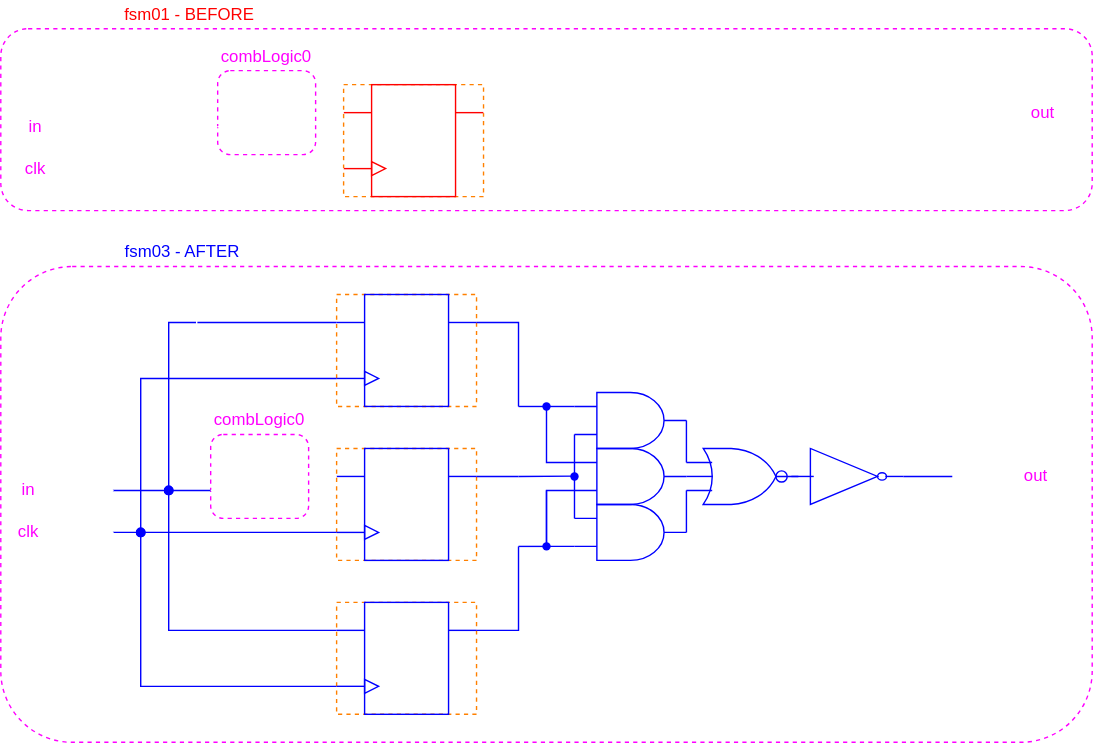
This is figures/dark-mode/user_guide_examples/fsm/fsm03_triplicating_only_the_register.drawio.svg from AlbertHansen/TripleModularRedundancyTool_developer_guide, a draw.io export, as it was before one commit. Source tidied: cells renumbered, new cells last; positions are measured from the earlier drawing's top-left corner, leaving out a move shared by most shapes.
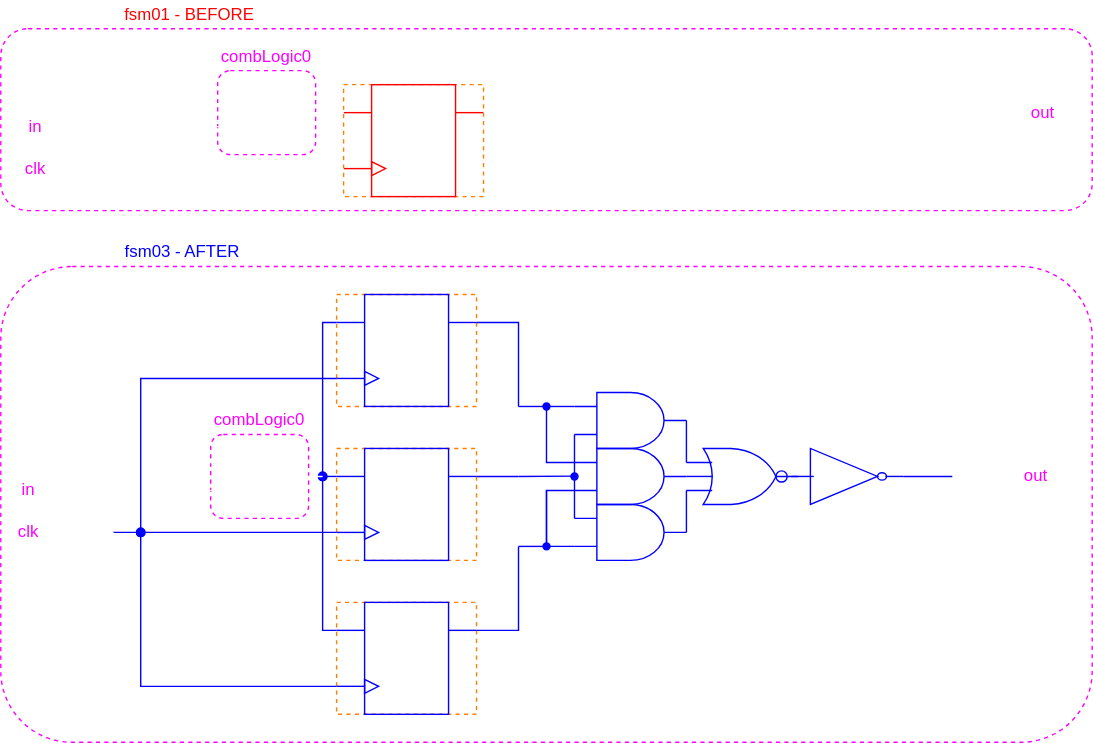
The same diagram one commit later.

What changed in the source:
```diff
@@ -159,31 +159,29 @@
     <mxCell id="42" value="Q" style="text;html=1;strokeColor=none;fillColor=none;align=center;verticalAlign=middle;whiteSpace=wrap;rounded=0;fontColor=#FFFFFF;" parent="35" vertex="1">
       <mxGeometry x="70" y="15" width="10" height="10" as="geometry" />
     </mxCell>
-    <mxCell id="43" style="edgeStyle=orthogonalEdgeStyle;rounded=0;html=1;exitX=0.5;exitY=1;exitDx=0;exitDy=0;entryX=0;entryY=0.75;entryDx=0;entryDy=0;entryPerimeter=0;endArrow=none;endFill=0;strokeColor=#0000FF;" parent="1" edge="1" source="46" target="49">
+    <mxCell id="43" style="edgeStyle=orthogonalEdgeStyle;rounded=0;html=1;exitX=0.5;exitY=1;exitDx=0;exitDy=0;entryX=0;entryY=0.75;entryDx=0;entryDy=0;entryPerimeter=0;endArrow=none;endFill=0;strokeColor=#FFFFFF;" parent="1" edge="1" source="46" target="49">
       <mxGeometry relative="1" as="geometry" />
     </mxCell>
-    <mxCell id="44" style="edgeStyle=orthogonalEdgeStyle;rounded=0;html=1;fontColor=#0000FF;endArrow=none;endFill=0;startArrow=oval;startFill=1;strokeColor=#0000FF;" parent="1" edge="1">
+    <mxCell id="44" style="edgeStyle=orthogonalEdgeStyle;rounded=0;html=1;fontColor=#0000FF;endArrow=none;endFill=0;startArrow=oval;startFill=1;strokeColor=#0000FF;exitX=1;exitY=0.5;exitDx=0;exitDy=0;exitPerimeter=0;" parent="1" edge="1" source="49">
       <mxGeometry relative="1" as="geometry">
-        <mxPoint x="120" y="350" as="sourcePoint" />
         <mxPoint x="240" y="230" as="targetPoint" />
         <Array as="points">
-          <mxPoint x="120" y="230" />
+          <mxPoint x="230" y="230" />
         </Array>
       </mxGeometry>
     </mxCell>
-    <mxCell id="45" style="edgeStyle=orthogonalEdgeStyle;rounded=0;html=1;fontColor=#0000FF;endArrow=none;endFill=0;startArrow=oval;startFill=1;strokeColor=#0000FF;" parent="1" edge="1">
+    <mxCell id="45" style="edgeStyle=orthogonalEdgeStyle;rounded=0;html=1;fontColor=#0000FF;endArrow=none;endFill=0;startArrow=oval;startFill=1;strokeColor=#0000FF;exitX=1;exitY=0.5;exitDx=0;exitDy=0;exitPerimeter=0;" parent="1" edge="1" source="49">
       <mxGeometry relative="1" as="geometry">
-        <mxPoint x="120" y="350" as="sourcePoint" />
         <mxPoint x="240" y="450" as="targetPoint" />
         <Array as="points">
-          <mxPoint x="120" y="450" />
+          <mxPoint x="230" y="450" />
         </Array>
       </mxGeometry>
     </mxCell>
     <mxCell id="46" style="shape=offPageConnector;whiteSpace=wrap;rotation=-90;fontFamily=Helvetica;fillColor=none;strokeColor=#FFFFFF;fontColor=#FF8000;" parent="1" vertex="1">
       <mxGeometry x="50" y="330" width="20" height="40" as="geometry" />
     </mxCell>
-    <mxCell id="47" style="edgeStyle=orthogonalEdgeStyle;rounded=0;html=1;exitX=1;exitY=0.5;exitDx=0;exitDy=0;exitPerimeter=0;endArrow=none;endFill=0;strokeColor=#FFFFFF;" parent="1" edge="1" source="49">
+    <mxCell id="47" style="edgeStyle=orthogonalEdgeStyle;rounded=0;html=1;exitX=1;exitY=0.5;exitDx=0;exitDy=0;exitPerimeter=0;endArrow=none;endFill=0;strokeColor=#0000FF;" parent="1" edge="1" source="49">
       <mxGeometry relative="1" as="geometry">
         <mxPoint x="240" y="340" as="targetPoint" />
       </mxGeometry>
```
